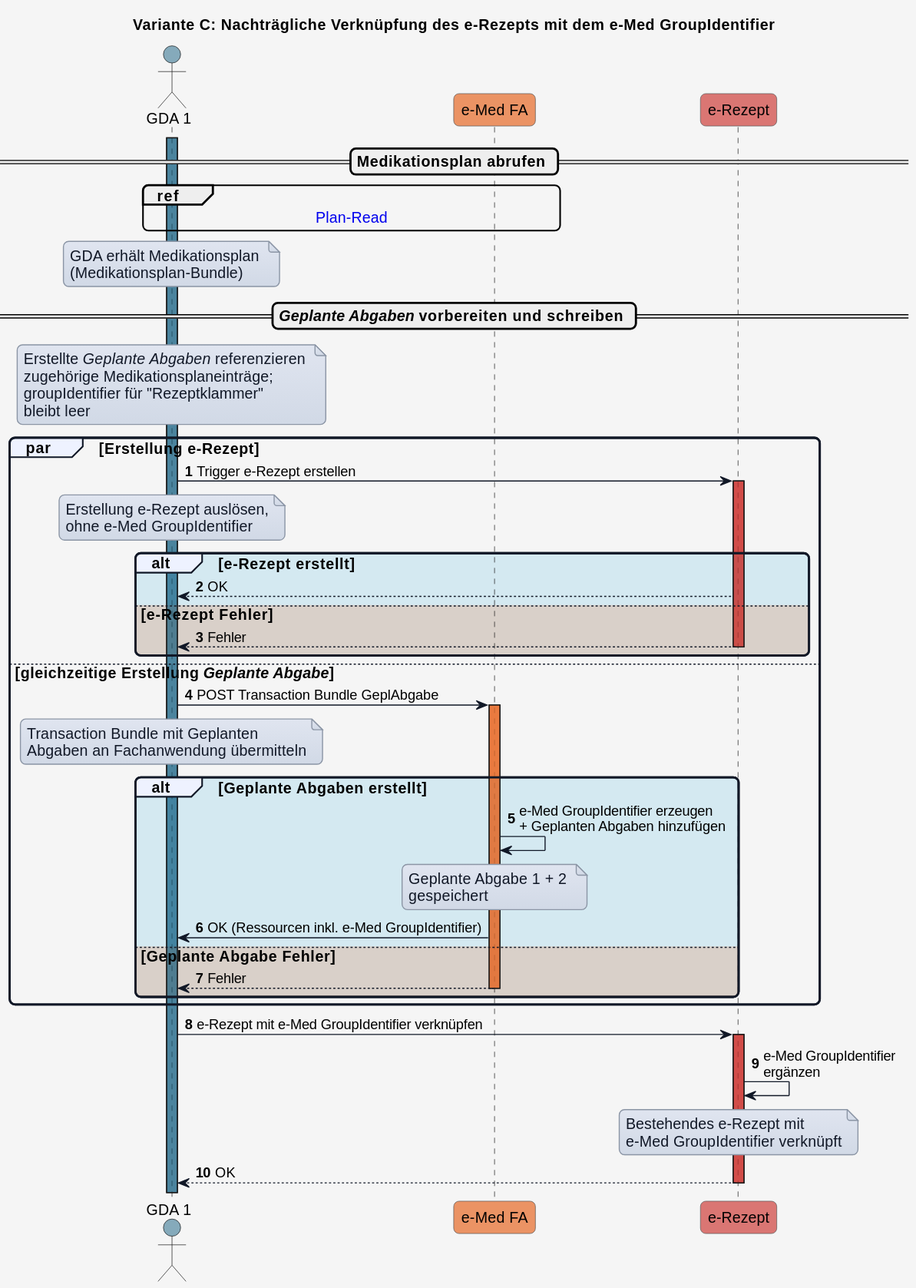
Before: input/images/plantuml/UC_eMed_04_01_c.svg, a diagram exported from PlantUML (HL7Austria/ELGA-e-Medikation-R4).
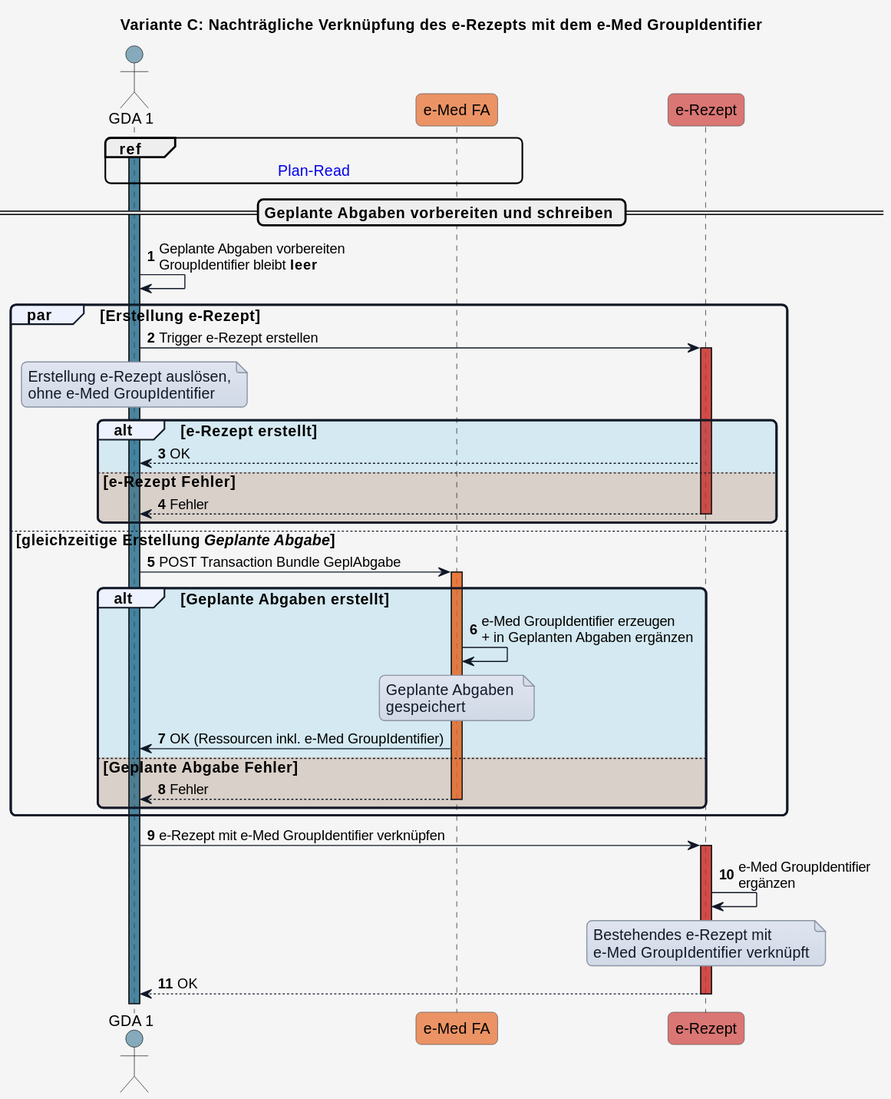
After the commit.

Diff of the diagram source:
```diff
@@ -57,25 +57,13 @@
 
 autonumber
 
-== Medikationsplan abrufen ==
-
 activate GDA_1 COLOR_GDA_1
 ref over GDA_1, eMed_FA : [[interactions.html#sequenzdiagramm-plan-read Plan-Read]]
 
+== Geplante Abgaben vorbereiten und schreiben ==
 
-note over GDA_1
-GDA erhält Medikationsplan
-(Medikationsplan-Bundle)
-end note
+GDA_1 -> GDA_1: Geplante Abgaben vorbereiten\nGroupIdentifier bleibt <b>leer</b>
 
-== <i>Geplante Abgaben</i> vorbereiten und schreiben ==
-
-note over GDA_1
-Erstellte <i>Geplante Abgaben</i> referenzieren
-zugehörige Medikationsplaneinträge;
-groupIdentifier für "Rezeptklammer"
-bleibt leer
-end note
 
 par Erstellung e-Rezept
 
@@ -99,17 +87,13 @@
   GDA_1 -> eMed_FA: POST Transaction Bundle GeplAbgabe
 
   activate eMed_FA COLOR_EMED_FA
-  note over GDA_1
-    Transaction Bundle mit Geplanten
-    Abgaben an Fachanwendung übermitteln
-  end note
 
   alt COLOR_OK Geplante Abgaben erstellt
 
-    eMed_FA -> eMed_FA: e-Med GroupIdentifier erzeugen\n+ Geplanten Abgaben hinzufügen
+    eMed_FA -> eMed_FA: e-Med GroupIdentifier erzeugen\n+ in Geplanten Abgaben ergänzen
 
     note over eMed_FA
-    Geplante Abgabe 1 + 2
+    Geplante Abgaben
     gespeichert
     end note
 
```
